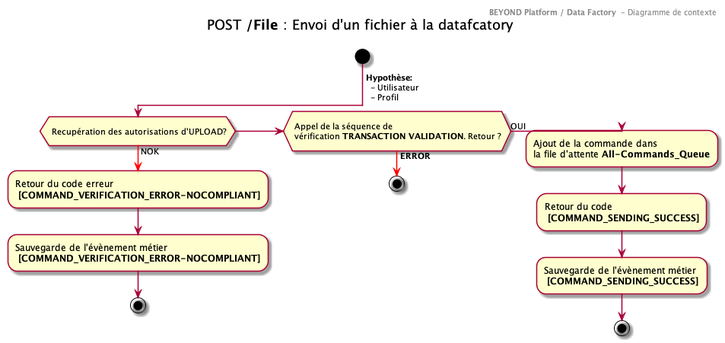
This is 01.byd-DataFactory/1.ArchitectureDossier/images/0250.UCase-UPLOAD-File.png from cogirep/documentation, a PlantUML export, as it was before one commit. Its diagram source:
```plantuml
@startuml
header
<b>BEYOND Platform / Data Factory </b> - Diagramme de contexte
end header

title
POST **/File** : Envoi d'un fichier à la datafcatory

end title


start
->  **Hypothèse:** \n  - Utilisateur \n  - Profil;
if ( \n Recupération des autorisations d'UPLOAD?\n) then
-[#red]-> NOK ;
-Retour du code erreur  \n **[COMMAND_VERIFICATION_ERROR-NOCOMPLIANT]**
-Sauvegarde de l'évènement métier \n **[COMMAND_VERIFICATION_ERROR-NOCOMPLIANT]**
stop
elseif (\n Appel de la séquence de \n vérification **TRANSACTION VALIDATION**. Retour ?\n) then
-[#red]-> **ERROR**;
stop
else (OUI)
:Ajout de la commande dans \nla file d'attente **All-Commands_Queue**;
:Retour du code   \n **[COMMAND_SENDING_SUCCESS]**;
:Sauvegarde de l'évènement métier \n **[COMMAND_SENDING_SUCCESS]**;

stop
endif


@enduml
```
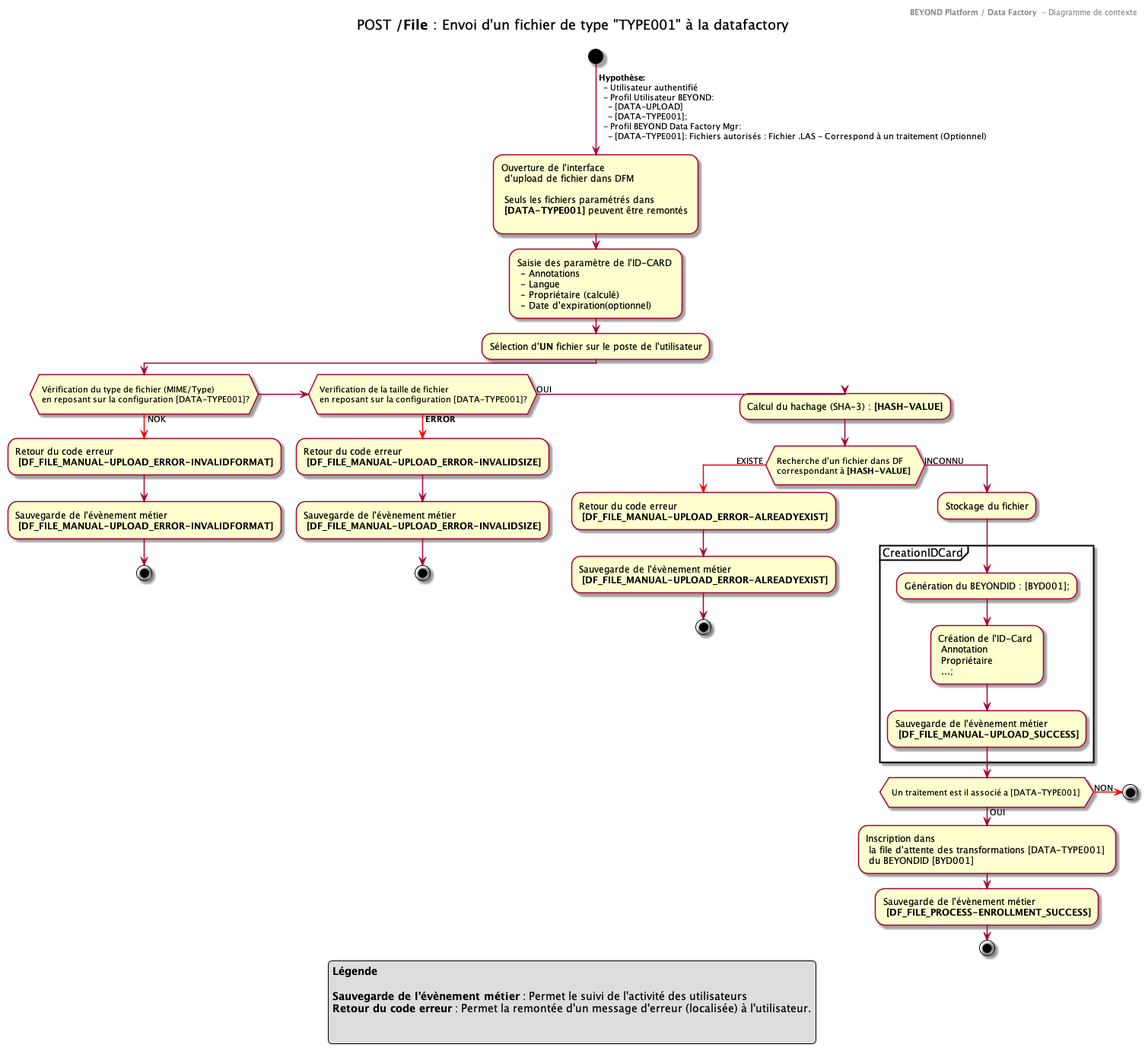
After the change.

Commit message:
ARc Dossier - Update (Use Case)

Change to the diagram source:
```diff
@@ -1,31 +1,66 @@
 @startuml
 header
-<b>BEYOND Platform / Data Factory </b> - Diagramme de contexte
+    <b>BEYOND Platform / Data Factory </b> - Diagramme de contexte
 end header
 
 title
-POST **/File** : Envoi d'un fichier à la datafcatory
+POST **/File** : Envoi d'un fichier de type "TYPE001" à la datafactory
 
 end title
 
+start
+->  **Hypothèse:** \n  - Utilisateur authentifié \n  - Profil Utilisateur BEYOND:  \n    - [DATA-UPLOAD]\n    - [DATA-TYPE001];\n  - Profil BEYOND Data Factory Mgr:  \n    - [DATA-TYPE001]: Fichiers autorisés : Fichier .LAS - Correspond à un traitement (Optionnel);
+-Ouverture de l'interface \n d'upload de fichier dans DFM \n\n Seuls les fichiers paramétrés dans \n **[DATA-TYPE001]** peuvent être remontés \n
+-Saisie des paramètre de l'ID-CARD \n - Annotations \n - Langue \n - Propriétaire (calculé) \n - Date d'expiration(optionnel)
+-Sélection d'**UN** fichier sur le poste de l'utilisateur
 
-start
-->  **Hypothèse:** \n  - Utilisateur \n  - Profil;
-if ( \n Recupération des autorisations d'UPLOAD?\n) then
+if ( \n Vérification du type de fichier (MIME/Type) \n en reposant sur la configuration [DATA-TYPE001]?\n) then
 -[#red]-> NOK ;
--Retour du code erreur  \n **[COMMAND_VERIFICATION_ERROR-NOCOMPLIANT]**
--Sauvegarde de l'évènement métier \n **[COMMAND_VERIFICATION_ERROR-NOCOMPLIANT]**
+-Retour du code erreur  \n **[DF_FILE_MANUAL-UPLOAD_ERROR-INVALIDFORMAT]**
+-Sauvegarde de l'évènement métier \n **[DF_FILE_MANUAL-UPLOAD_ERROR-INVALIDFORMAT]**
 stop
-elseif (\n Appel de la séquence de \n vérification **TRANSACTION VALIDATION**. Retour ?\n) then
+elseif (\n Verification de la taille de fichier\n en reposant sur la configuration [DATA-TYPE001]?\n) then
 -[#red]-> **ERROR**;
+-Retour du code erreur  \n **[DF_FILE_MANUAL-UPLOAD_ERROR-INVALIDSIZE]**
+-Sauvegarde de l'évènement métier \n **[DF_FILE_MANUAL-UPLOAD_ERROR-INVALIDSIZE]**
 stop
 else (OUI)
-:Ajout de la commande dans \nla file d'attente **All-Commands_Queue**;
-:Retour du code   \n **[COMMAND_SENDING_SUCCESS]**;
-:Sauvegarde de l'évènement métier \n **[COMMAND_SENDING_SUCCESS]**;
+-Calcul du hachage (SHA-3) : **[HASH-VALUE]**
+if ( \n Recherche d'un fichier dans DF \n correspondant à **[HASH-VALUE]**  \n) then
+-[#red]-> EXISTE ;
+-Retour du code erreur  \n **[DF_FILE_MANUAL-UPLOAD_ERROR-ALREADYEXIST]**
+-Sauvegarde de l'évènement métier \n **[DF_FILE_MANUAL-UPLOAD_ERROR-ALREADYEXIST]**
+Stop
+else (INCONNU)
+:Stockage du fichier;
+partition CreationIDCard {
+    -Génération du BEYONDID : [BYD001];
+    -Création de l'ID-Card \n Annotation\n Propriétaire \n ...;
+    -Sauvegarde de l'évènement métier \n **[DF_FILE_MANUAL-UPLOAD_SUCCESS]**
+
+}
+
+if ( \n Un traitement est il associé a [DATA-TYPE001]  \n) then
+-[#red]-> NON ;
+Stop
+else (OUI)
+-Inscription dans \n la file d'attente des transformations [DATA-TYPE001] \n du BEYONDID [BYD001]
+-Sauvegarde de l'évènement métier \n **[DF_FILE_PROCESS-ENROLLMENT_SUCCESS]**
+endif
+
 
 stop
 endif
 
+endif
+
+legend
+**Légende**
+
+**Sauvegarde de l'évènement métier** : Permet le suivi de l'activité des utilisateurs
+**Retour du code erreur** : Permet la remontée d'un message d'erreur (localisée) à l'utilisateur.
+
+
+endlegend
 
 @enduml
```
